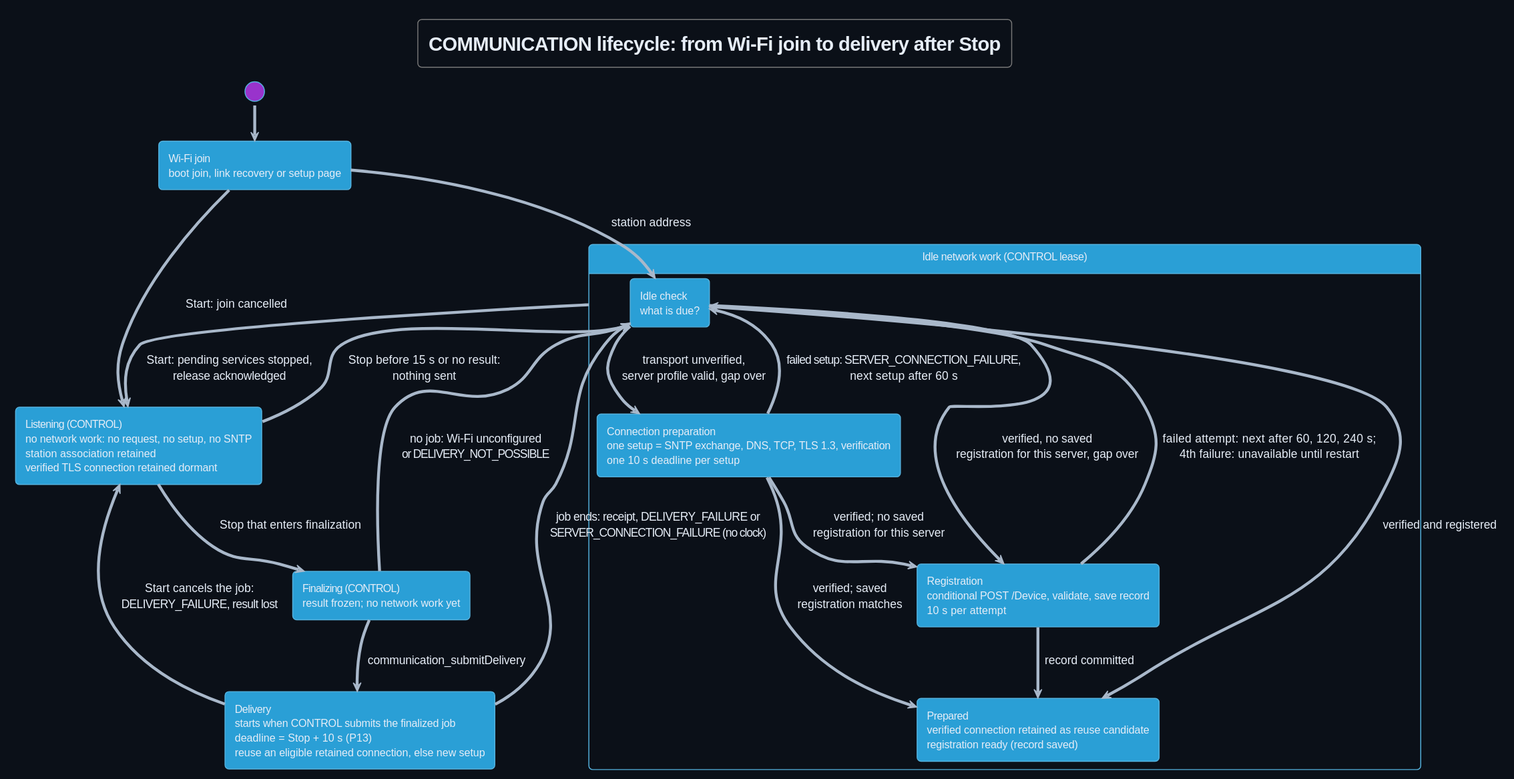
Earlier version of the PlantUML export Development/system/architecture/COMMUNICATION/rendered/communication_lifecycle.svg (DemonicPsychoII/DigitalStethoscope).
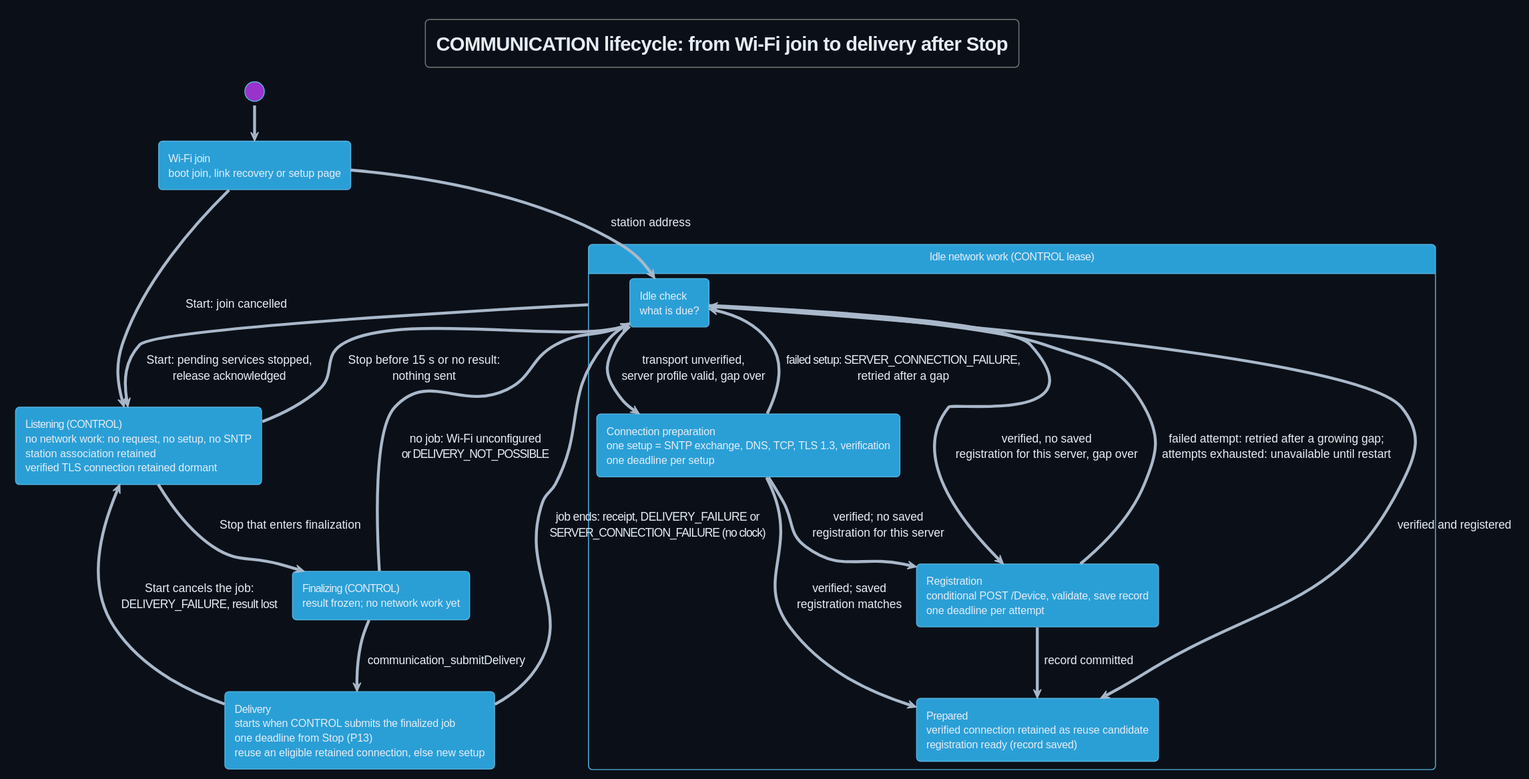
After the change.

Commit message:
documentation: keep the flash build section as design, move timing values out of the lifecycle view and restore the reason for the late validity check

Diff of the diagram source:
```diff
@@ -11,23 +11,23 @@
 state "Wi-Fi join\nboot join, link recovery or setup page" as Join
 state "Idle network work (CONTROL lease)" as Idle {
  state "Idle check\nwhat is due?" as Check
- state "Connection preparation\none setup = SNTP exchange, DNS, TCP, TLS 1.3, verification\none 10 s deadline per setup" as Preparation
- state "Registration\nconditional POST /Device, validate, save record\n10 s per attempt" as Registration
+ state "Connection preparation\none setup = SNTP exchange, DNS, TCP, TLS 1.3, verification\none deadline per setup" as Preparation
+ state "Registration\nconditional POST /Device, validate, save record\none deadline per attempt" as Registration
  state "Prepared\nverified connection retained as reuse candidate\nregistration ready (record saved)" as Prepared
 }
 state "Listening (CONTROL)\nno network work: no request, no setup, no SNTP\nstation association retained\nverified TLS connection retained dormant" as Listening
 state "Finalizing (CONTROL)\nresult frozen; no network work yet" as Finalizing
-state "Delivery\nstarts when CONTROL submits the finalized job\ndeadline = Stop + 10 s (P13)\nreuse an eligible retained connection, else new setup" as Delivery
+state "Delivery\nstarts when CONTROL submits the finalized job\none deadline from Stop (P13)\nreuse an eligible retained connection, else new setup" as Delivery
 [*] --> Join
 Join -down-> Check : station address
 Check --> Preparation : transport unverified,\nserver profile valid, gap over
 Check --> Registration : verified, no saved\nregistration for this server, gap over
 Check --> Prepared : verified and registered
-Preparation --> Check : failed setup: SERVER_CONNECTION_FAILURE,\nnext setup after 60 s
+Preparation --> Check : failed setup: SERVER_CONNECTION_FAILURE,\nretried after a gap
 Preparation --> Registration : verified; no saved\nregistration for this server
 Preparation --> Prepared : verified; saved\nregistration matches
 Registration --> Prepared : record committed
-Registration --> Check : failed attempt: next after 60, 120, 240 s;\n4th failure: unavailable until restart
+Registration --> Check : failed attempt: retried after a growing gap;\nattempts exhausted: unavailable until restart
 Idle -down-> Listening : Start: pending services stopped,\nrelease acknowledged
 Join --> Listening : Start: join cancelled
 Listening -up-> Check : Stop before 15 s or no result:\nnothing sent
```
